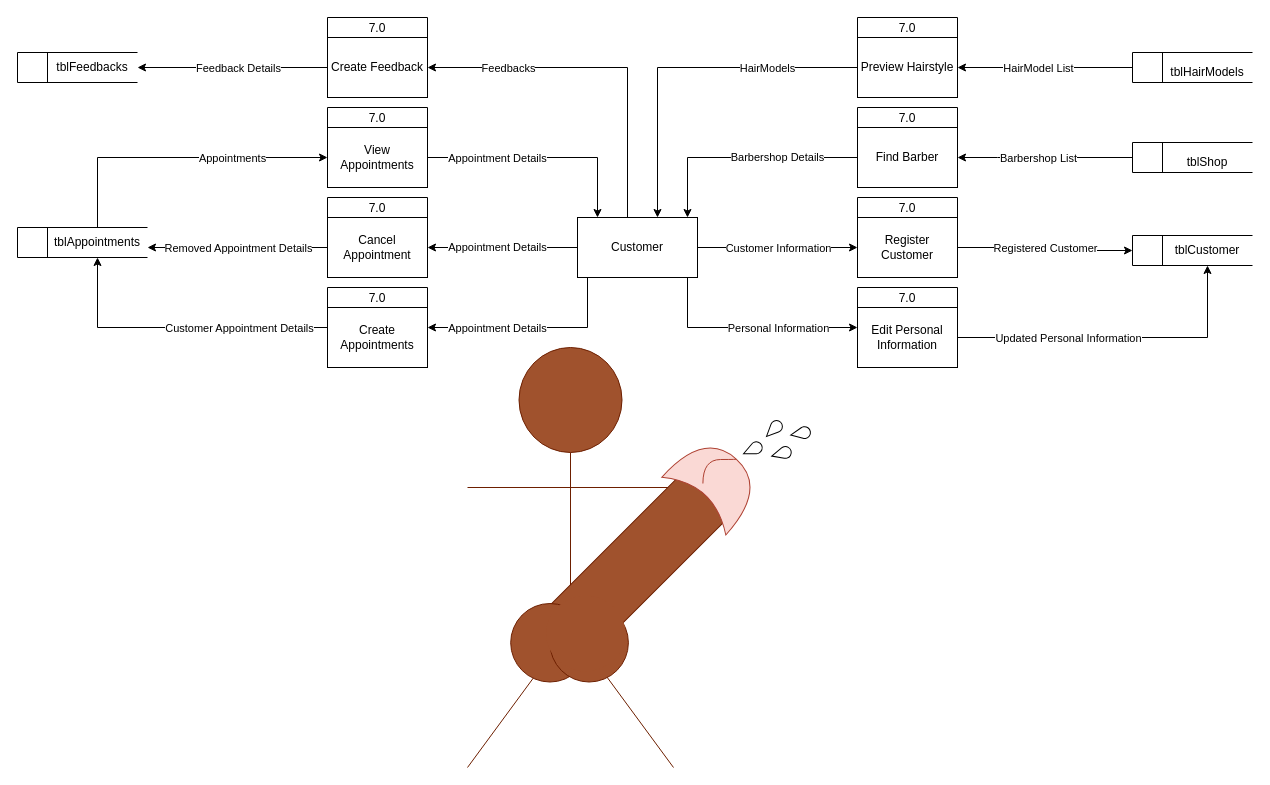
This is page "Customer" (4 of 5) of Diagrams/Data flow.drawio from iampotato16/AppointCut, a draw.io file, before an edit. Source tidied: cells renumbered, new cells numbered last; positions are measured from the earlier drawing's top-left corner, leaving out a move shared by most shapes. Both pictures are drawn from the tidied source at 100%, with x=0, y=0 at pixel (17, 17).
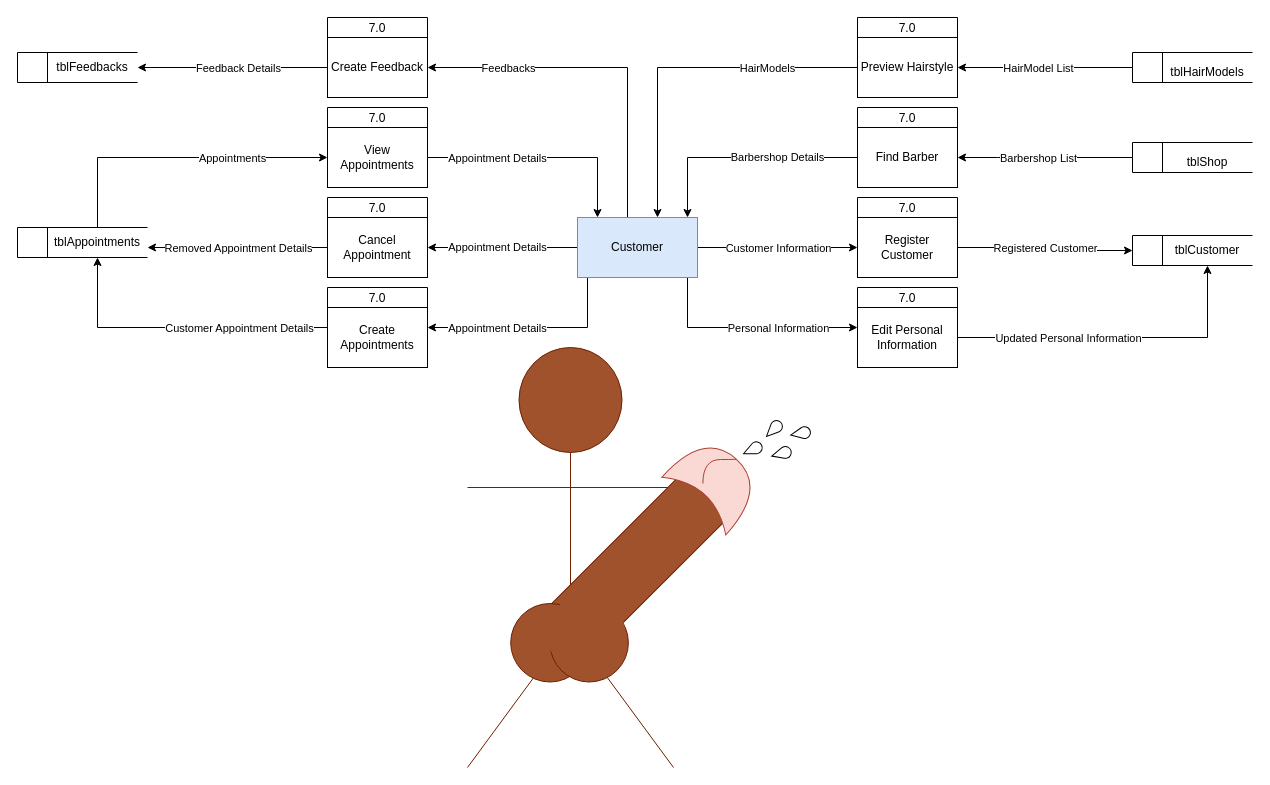
The same page after the edit.

The edit, as a diff of the source:
```diff
@@
-    <mxCell id="13" value="&lt;div&gt;Customer&lt;/div&gt;" style="rounded=0;whiteSpace=wrap;html=1;" parent="1" vertex="1">
+    <mxCell id="13" value="&lt;div&gt;Customer&lt;/div&gt;" style="rounded=0;whiteSpace=wrap;html=1;fillColor=#dae8fc;strokeColor=#6c8ebf;" parent="1" vertex="1">
       <mxGeometry x="560" y="200" width="120" height="60" as="geometry" />
     </mxCell>
```
